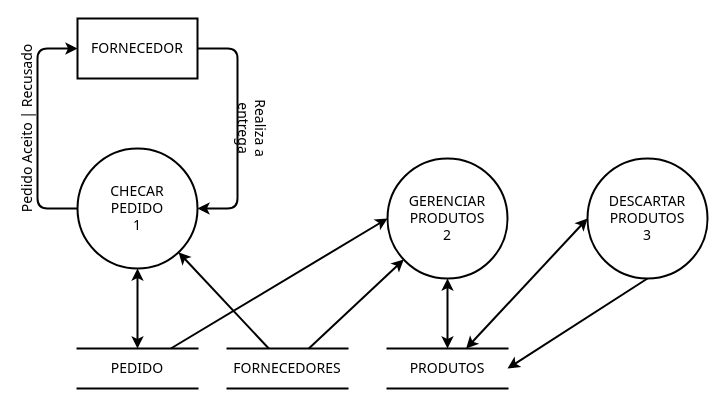
Above: docs/ARTEFATOS(15-23)/ESTOQUE/DFD_ESTOQUE.drawio in Darienzo08/ope_ads (draw.io), before the change. Source tidied: cells renumbered, new cells numbered last; positions are measured from the earlier drawing's top-left corner, leaving out a move shared by most shapes. Both pictures are drawn from the tidied source at 100%, with x=0, y=0 at pixel (-63, 18).
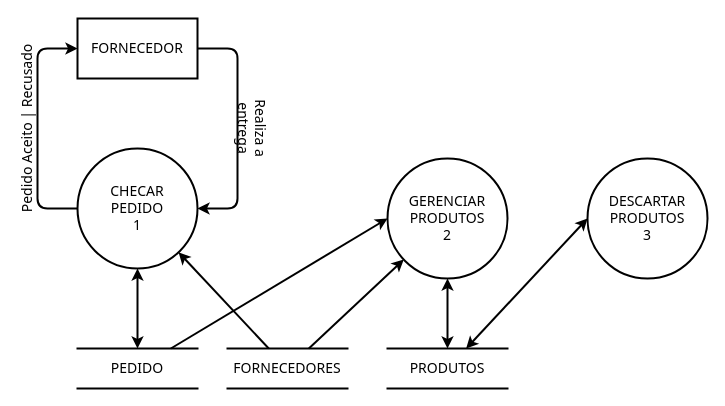
Above is the later version.

Unchanged cells that the change refers to:
```xml
<mxCell id="12" value="PRODUTOS" style="shape=partialRectangle;whiteSpace=wrap;html=1;left=0;right=0;fillColor=none;strokeWidth=2;fontFamily=Tahoma;fontSize=14;" parent="1" vertex="1">
  <mxGeometry x="450" y="330" width="120" height="40" as="geometry" />
</mxCell>
<mxCell id="16" value="DESCARTAR&lt;br style=&quot;font-size: 14px&quot;&gt;PRODUTOS&lt;br style=&quot;font-size: 14px&quot;&gt;3" style="ellipse;whiteSpace=wrap;html=1;strokeWidth=2;fontFamily=Tahoma;fontSize=14;" parent="1" vertex="1">
  <mxGeometry x="650" y="140" width="120" height="120" as="geometry" />
</mxCell>
```

Diff of the diagram source:
```diff
@@
-    <mxCell id="18" style="endArrow=classic;html=1;exitX=0.5;exitY=1;exitDx=0;exitDy=0;entryX=1;entryY=0.5;entryDx=0;entryDy=0;strokeWidth=2;fontFamily=Tahoma;fontSize=14;" parent="1" edge="1" source="16" target="12">
-      <mxGeometry relative="1" as="geometry" />
-    </mxCell>
```
